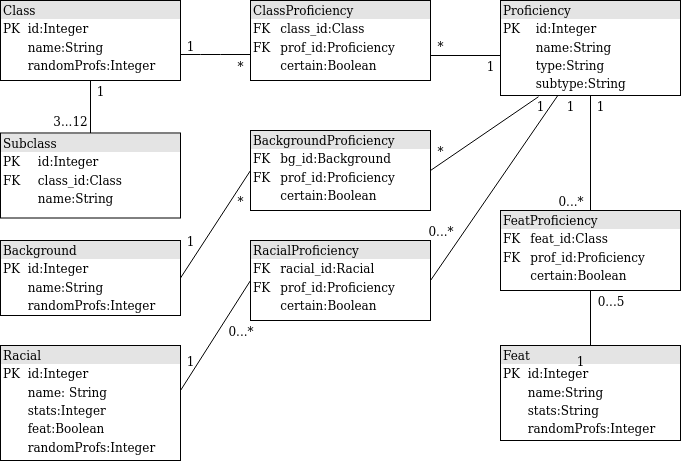
The draw.io diagram dokumentointi/tietokantakaavio.png in Fumblessi/ot-harjoitustyo, before a commit. Source tidied: cells renumbered, new cells last; positions are measured from the earlier drawing's top-left corner, leaving out a move shared by most shapes.
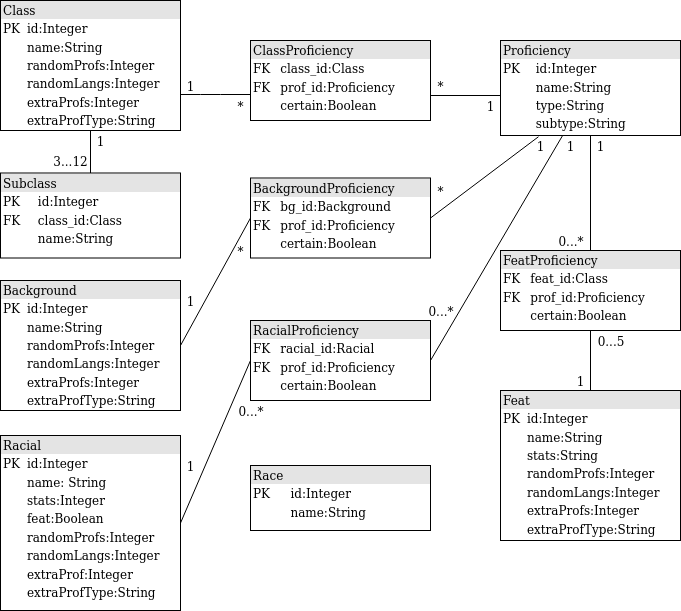
Later version of the same file.

Commit message:
tietokantakaavion uudelleen suunnittelua

Diff of the diagram source:
```diff
@@ -6,12 +6,10 @@
       <mxGeometry x="500" width="180" height="95" as="geometry" />
     </mxCell>
     <mxCell id="3" value="&lt;div style=&quot;box-sizing: border-box ; width: 100% ; background: #e4e4e4 ; padding: 2px&quot;&gt;RacialProficiency&lt;/div&gt;&lt;table style=&quot;width: 100% ; font-size: 1em&quot; cellspacing=&quot;0&quot; cellpadding=&quot;2&quot;&gt;&lt;tbody&gt;&lt;tr&gt;&lt;td&gt;FK&lt;/td&gt;&lt;td&gt;racial_id:Racial&lt;/td&gt;&lt;/tr&gt;&lt;tr&gt;&lt;td&gt;FK&lt;/td&gt;&lt;td&gt;prof_id:Proficiency&lt;/td&gt;&lt;/tr&gt;&lt;tr&gt;&lt;td&gt;&lt;br&gt;&lt;/td&gt;&lt;td&gt;certain:Boolean&lt;br&gt;&lt;/td&gt;&lt;/tr&gt;&lt;/tbody&gt;&lt;/table&gt;" style="verticalAlign=top;align=left;overflow=fill;html=1;" parent="1" vertex="1">
-      <mxGeometry x="250" y="240" width="180" height="80" as="geometry" />
+      <mxGeometry x="250" y="280" width="180" height="80" as="geometry" />
     </mxCell>
-    <mxCell id="4" style="endArrow=none;html=1;entryX=0;entryY=0.5;entryDx=0;entryDy=0;exitX=1;exitY=0.5;exitDx=0;exitDy=0;" parent="1" edge="1" target="3">
-      <mxGeometry relative="1" as="geometry">
-        <mxPoint x="180" y="390" as="sourcePoint" />
-      </mxGeometry>
+    <mxCell id="4" style="endArrow=none;html=1;entryX=0;entryY=0.5;entryDx=0;entryDy=0;exitX=1;exitY=0.5;exitDx=0;exitDy=0;" parent="1" edge="1" source="38" target="3">
+      <mxGeometry relative="1" as="geometry" />
     </mxCell>
     <mxCell id="5" style="endArrow=none;html=1;entryX=0;entryY=0.5;entryDx=0;entryDy=0;exitX=1;exitY=0.5;exitDx=0;exitDy=0;" parent="1" edge="1">
       <mxGeometry relative="1" as="geometry">
@@ -19,8 +17,8 @@
         <mxPoint x="500" y="55" as="targetPoint" />
       </mxGeometry>
     </mxCell>
-    <mxCell id="6" value="&lt;div style=&quot;box-sizing: border-box ; width: 100% ; background: #e4e4e4 ; padding: 2px&quot;&gt;Class&lt;br&gt;&lt;/div&gt;&lt;table style=&quot;width: 100% ; font-size: 1em&quot; cellspacing=&quot;0&quot; cellpadding=&quot;2&quot;&gt;&lt;tbody&gt;&lt;tr&gt;&lt;td&gt;PK&lt;/td&gt;&lt;td&gt;id:Integer&lt;/td&gt;&lt;/tr&gt;&lt;tr&gt;&lt;td&gt;&lt;br&gt;&lt;/td&gt;&lt;td&gt;name:String&lt;br&gt;&lt;/td&gt;&lt;/tr&gt;&lt;tr&gt;&lt;td&gt;&lt;br&gt;&lt;/td&gt;&lt;td&gt;randomProfs:Integer&lt;br&gt;&lt;/td&gt;&lt;/tr&gt;&lt;/tbody&gt;&lt;/table&gt;" style="verticalAlign=top;align=left;overflow=fill;html=1;" parent="1" vertex="1">
-      <mxGeometry width="180" height="80" as="geometry" />
+    <mxCell id="6" value="&lt;div style=&quot;box-sizing: border-box ; width: 100% ; background: #e4e4e4 ; padding: 2px&quot;&gt;Class&lt;br&gt;&lt;/div&gt;&lt;table style=&quot;width: 100% ; font-size: 1em&quot; cellspacing=&quot;0&quot; cellpadding=&quot;2&quot;&gt;&lt;tbody&gt;&lt;tr&gt;&lt;td&gt;PK&lt;/td&gt;&lt;td&gt;id:Integer&lt;/td&gt;&lt;/tr&gt;&lt;tr&gt;&lt;td&gt;&lt;br&gt;&lt;/td&gt;&lt;td&gt;name:String&lt;br&gt;&lt;/td&gt;&lt;/tr&gt;&lt;tr&gt;&lt;td&gt;&lt;br&gt;&lt;/td&gt;&lt;td&gt;randomProfs:Integer&lt;br&gt;&lt;/td&gt;&lt;/tr&gt;&lt;tr&gt;&lt;td&gt;&lt;br&gt;&lt;/td&gt;&lt;td&gt;randomLangs:Integer&lt;br&gt;&lt;/td&gt;&lt;/tr&gt;&lt;tr&gt;&lt;td&gt;&lt;br&gt;&lt;/td&gt;&lt;td&gt;extraProfs:Integer&lt;br&gt;&lt;/td&gt;&lt;/tr&gt;&lt;tr&gt;&lt;td&gt;&lt;br&gt;&lt;/td&gt;&lt;td&gt;extraProfType:String&lt;br&gt;&lt;/td&gt;&lt;/tr&gt;&lt;/tbody&gt;&lt;/table&gt;" style="verticalAlign=top;align=left;overflow=fill;html=1;" parent="1" vertex="1">
+      <mxGeometry y="-40" width="180" height="130" as="geometry" />
     </mxCell>
     <mxCell id="7" value="&lt;div style=&quot;box-sizing: border-box ; width: 100% ; background: #e4e4e4 ; padding: 2px&quot;&gt;ClassProficiency&lt;/div&gt;&lt;table style=&quot;width: 100% ; font-size: 1em&quot; cellspacing=&quot;0&quot; cellpadding=&quot;2&quot;&gt;&lt;tbody&gt;&lt;tr&gt;&lt;td&gt;FK&lt;/td&gt;&lt;td&gt;class_id:Class&lt;/td&gt;&lt;/tr&gt;&lt;tr&gt;&lt;td&gt;FK&lt;/td&gt;&lt;td&gt;prof_id:Proficiency&lt;/td&gt;&lt;/tr&gt;&lt;tr&gt;&lt;td&gt;&lt;br&gt;&lt;/td&gt;&lt;td&gt;certain:Boolean&lt;br&gt;&lt;/td&gt;&lt;/tr&gt;&lt;tr&gt;&lt;td&gt;&lt;br&gt;&lt;/td&gt;&lt;td&gt;&lt;br&gt;&lt;/td&gt;&lt;/tr&gt;&lt;/tbody&gt;&lt;/table&gt;" style="verticalAlign=top;align=left;overflow=fill;html=1;" parent="1" vertex="1">
       <mxGeometry x="250" width="180" height="80" as="geometry" />
@@ -31,11 +29,11 @@
     <mxCell id="9" style="endArrow=none;html=1;entryX=0.211;entryY=1.013;entryDx=0;entryDy=0;exitX=1;exitY=0.5;exitDx=0;exitDy=0;entryPerimeter=0;" parent="1" edge="1" source="11" target="2">
       <mxGeometry relative="1" as="geometry" />
     </mxCell>
-    <mxCell id="10" value="&lt;div style=&quot;box-sizing: border-box ; width: 100% ; background: #e4e4e4 ; padding: 2px&quot;&gt;Background&lt;br&gt;&lt;/div&gt;&lt;table style=&quot;width: 100% ; font-size: 1em&quot; cellspacing=&quot;0&quot; cellpadding=&quot;2&quot;&gt;&lt;tbody&gt;&lt;tr&gt;&lt;td&gt;PK&lt;/td&gt;&lt;td&gt;id:Integer&lt;/td&gt;&lt;/tr&gt;&lt;tr&gt;&lt;td&gt;&lt;br&gt;&lt;/td&gt;&lt;td&gt;name:String&lt;br&gt;&lt;/td&gt;&lt;/tr&gt;&lt;tr&gt;&lt;td&gt;&lt;br&gt;&lt;/td&gt;&lt;td&gt;randomProfs:Integer&lt;br&gt;&lt;/td&gt;&lt;/tr&gt;&lt;/tbody&gt;&lt;/table&gt;" style="verticalAlign=top;align=left;overflow=fill;html=1;" parent="1" vertex="1">
-      <mxGeometry y="240" width="180" height="75" as="geometry" />
+    <mxCell id="10" value="&lt;div style=&quot;box-sizing: border-box ; width: 100% ; background: #e4e4e4 ; padding: 2px&quot;&gt;Background&lt;br&gt;&lt;/div&gt;&lt;table style=&quot;width: 100% ; font-size: 1em&quot; cellspacing=&quot;0&quot; cellpadding=&quot;2&quot;&gt;&lt;tbody&gt;&lt;tr&gt;&lt;td&gt;PK&lt;/td&gt;&lt;td&gt;id:Integer&lt;/td&gt;&lt;/tr&gt;&lt;tr&gt;&lt;td&gt;&lt;br&gt;&lt;/td&gt;&lt;td&gt;name:String&lt;br&gt;&lt;/td&gt;&lt;/tr&gt;&lt;tr&gt;&lt;td&gt;&lt;br&gt;&lt;/td&gt;&lt;td&gt;randomProfs:Integer&lt;br&gt;&lt;/td&gt;&lt;/tr&gt;&lt;tr&gt;&lt;td&gt;&lt;br&gt;&lt;/td&gt;&lt;td&gt;randomLangs:Integer&lt;br&gt;&lt;/td&gt;&lt;/tr&gt;&lt;tr&gt;&lt;td&gt;&lt;br&gt;&lt;/td&gt;&lt;td&gt;extraProfs:Integer&lt;br&gt;&lt;/td&gt;&lt;/tr&gt;&lt;tr&gt;&lt;td&gt;&lt;br&gt;&lt;/td&gt;&lt;td&gt;extraProfType:String&lt;br&gt;&lt;/td&gt;&lt;/tr&gt;&lt;/tbody&gt;&lt;/table&gt;" style="verticalAlign=top;align=left;overflow=fill;html=1;" parent="1" vertex="1">
+      <mxGeometry y="240" width="180" height="130" as="geometry" />
     </mxCell>
     <mxCell id="11" value="&lt;div style=&quot;box-sizing: border-box ; width: 100% ; background: #e4e4e4 ; padding: 2px&quot;&gt;BackgroundProficiency&lt;/div&gt;&lt;table style=&quot;width: 100% ; font-size: 1em&quot; cellspacing=&quot;0&quot; cellpadding=&quot;2&quot;&gt;&lt;tbody&gt;&lt;tr&gt;&lt;td&gt;FK&lt;/td&gt;&lt;td&gt;bg_id:Background&lt;/td&gt;&lt;/tr&gt;&lt;tr&gt;&lt;td&gt;FK&lt;/td&gt;&lt;td&gt;prof_id:Proficiency&lt;/td&gt;&lt;/tr&gt;&lt;tr&gt;&lt;td&gt;&lt;br&gt;&lt;/td&gt;&lt;td&gt;certain:Boolean&lt;br&gt;&lt;/td&gt;&lt;/tr&gt;&lt;/tbody&gt;&lt;/table&gt;" style="verticalAlign=top;align=left;overflow=fill;html=1;" parent="1" vertex="1">
-      <mxGeometry x="250" y="130" width="180" height="80" as="geometry" />
+      <mxGeometry x="250" y="137.5" width="180" height="80" as="geometry" />
     </mxCell>
     <mxCell id="12" style="endArrow=none;html=1;entryX=0;entryY=0.5;entryDx=0;entryDy=0;exitX=1;exitY=0.5;exitDx=0;exitDy=0;" parent="1" edge="1">
       <mxGeometry relative="1" as="geometry">
@@ -55,8 +53,8 @@
     <mxCell id="15" style="endArrow=none;html=1;entryX=0.5;entryY=0;entryDx=0;entryDy=0;exitX=0.5;exitY=1;exitDx=0;exitDy=0;" parent="1" edge="1" source="6" target="14">
       <mxGeometry relative="1" as="geometry" />
     </mxCell>
-    <mxCell id="16" value="&lt;div style=&quot;box-sizing: border-box ; width: 100% ; background: #e4e4e4 ; padding: 2px&quot;&gt;Feat&lt;/div&gt;&lt;table style=&quot;width: 100% ; font-size: 1em&quot; cellspacing=&quot;0&quot; cellpadding=&quot;2&quot;&gt;&lt;tbody&gt;&lt;tr&gt;&lt;td&gt;PK&lt;/td&gt;&lt;td&gt;id:Integer&lt;/td&gt;&lt;/tr&gt;&lt;tr&gt;&lt;td&gt;&lt;br&gt;&lt;/td&gt;&lt;td&gt;name:String&lt;br&gt;&lt;/td&gt;&lt;/tr&gt;&lt;tr&gt;&lt;td&gt;&lt;br&gt;&lt;/td&gt;&lt;td&gt;stats:String&lt;br&gt;&lt;/td&gt;&lt;/tr&gt;&lt;tr&gt;&lt;td&gt;&lt;br&gt;&lt;/td&gt;&lt;td&gt;randomProfs:Integer&lt;br&gt;&lt;/td&gt;&lt;/tr&gt;&lt;/tbody&gt;&lt;/table&gt;" style="verticalAlign=top;align=left;overflow=fill;html=1;" parent="1" vertex="1">
-      <mxGeometry x="500" y="345" width="180" height="95" as="geometry" />
+    <mxCell id="16" value="&lt;div style=&quot;box-sizing: border-box ; width: 100% ; background: #e4e4e4 ; padding: 2px&quot;&gt;Feat&lt;/div&gt;&lt;table style=&quot;width: 100% ; font-size: 1em&quot; cellspacing=&quot;0&quot; cellpadding=&quot;2&quot;&gt;&lt;tbody&gt;&lt;tr&gt;&lt;td&gt;PK&lt;/td&gt;&lt;td&gt;id:Integer&lt;/td&gt;&lt;/tr&gt;&lt;tr&gt;&lt;td&gt;&lt;br&gt;&lt;/td&gt;&lt;td&gt;name:String&lt;br&gt;&lt;/td&gt;&lt;/tr&gt;&lt;tr&gt;&lt;td&gt;&lt;br&gt;&lt;/td&gt;&lt;td&gt;stats:String&lt;br&gt;&lt;/td&gt;&lt;/tr&gt;&lt;tr&gt;&lt;td&gt;&lt;br&gt;&lt;/td&gt;&lt;td&gt;randomProfs:Integer&lt;br&gt;&lt;/td&gt;&lt;/tr&gt;&lt;tr&gt;&lt;td&gt;&lt;br&gt;&lt;/td&gt;&lt;td&gt;randomLangs:Integer&lt;br&gt;&lt;/td&gt;&lt;/tr&gt;&lt;tr&gt;&lt;td&gt;&lt;br&gt;&lt;/td&gt;&lt;td&gt;extraProfs:Integer&lt;br&gt;&lt;/td&gt;&lt;/tr&gt;&lt;tr&gt;&lt;td&gt;&lt;br&gt;&lt;/td&gt;&lt;td&gt;extraProfType:String&lt;br&gt;&lt;/td&gt;&lt;/tr&gt;&lt;/tbody&gt;&lt;/table&gt;" style="verticalAlign=top;align=left;overflow=fill;html=1;" parent="1" vertex="1">
+      <mxGeometry x="500" y="350" width="180" height="150" as="geometry" />
     </mxCell>
     <mxCell id="17" value="&lt;div style=&quot;box-sizing: border-box ; width: 100% ; background: #e4e4e4 ; padding: 2px&quot;&gt;FeatProficiency&lt;/div&gt;&lt;table style=&quot;width: 100% ; font-size: 1em&quot; cellspacing=&quot;0&quot; cellpadding=&quot;2&quot;&gt;&lt;tbody&gt;&lt;tr&gt;&lt;td&gt;FK&lt;/td&gt;&lt;td&gt;feat_id:Class&lt;/td&gt;&lt;/tr&gt;&lt;tr&gt;&lt;td&gt;FK&lt;/td&gt;&lt;td&gt;prof_id:Proficiency&lt;/td&gt;&lt;/tr&gt;&lt;tr&gt;&lt;td&gt;&lt;br&gt;&lt;/td&gt;&lt;td&gt;certain:Boolean&lt;br&gt;&lt;/td&gt;&lt;/tr&gt;&lt;/tbody&gt;&lt;/table&gt;" style="verticalAlign=top;align=left;overflow=fill;html=1;" parent="1" vertex="1">
       <mxGeometry x="500" y="210" width="180" height="80" as="geometry" />
@@ -68,16 +66,16 @@
       <mxGeometry relative="1" as="geometry" />
     </mxCell>
     <mxCell id="20" value="1" style="text;html=1;strokeColor=none;fillColor=none;align=center;verticalAlign=middle;whiteSpace=wrap;rounded=0;" parent="1" vertex="1">
-      <mxGeometry x="170" y="350" width="40" height="20" as="geometry" />
+      <mxGeometry x="170" y="415" width="40" height="20" as="geometry" />
     </mxCell>
     <mxCell id="21" value="1" style="text;html=1;strokeColor=none;fillColor=none;align=center;verticalAlign=middle;whiteSpace=wrap;rounded=0;direction=south;" parent="1" vertex="1">
-      <mxGeometry x="180" y="220" width="20" height="40" as="geometry" />
+      <mxGeometry x="180" y="240" width="20" height="40" as="geometry" />
     </mxCell>
     <mxCell id="22" value="1" style="text;html=1;strokeColor=none;fillColor=none;align=center;verticalAlign=middle;whiteSpace=wrap;rounded=0;" parent="1" vertex="1">
       <mxGeometry x="170" y="35" width="40" height="20" as="geometry" />
     </mxCell>
     <mxCell id="23" value="1" style="text;html=1;strokeColor=none;fillColor=none;align=center;verticalAlign=middle;whiteSpace=wrap;rounded=0;" parent="1" vertex="1">
-      <mxGeometry x="80" y="80" width="40" height="20" as="geometry" />
+      <mxGeometry x="80" y="90" width="40" height="20" as="geometry" />
     </mxCell>
     <mxCell id="24" value="1" style="text;html=1;strokeColor=none;fillColor=none;align=center;verticalAlign=middle;whiteSpace=wrap;rounded=0;" parent="1" vertex="1">
       <mxGeometry x="550" y="95" width="40" height="20" as="geometry" />
@@ -92,19 +90,19 @@
       <mxGeometry x="580" y="95" width="40" height="20" as="geometry" />
     </mxCell>
     <mxCell id="28" value="1" style="text;html=1;strokeColor=none;fillColor=none;align=center;verticalAlign=middle;whiteSpace=wrap;rounded=0;" parent="1" vertex="1">
-      <mxGeometry x="560" y="350" width="40" height="20" as="geometry" />
+      <mxGeometry x="560" y="330" width="40" height="20" as="geometry" />
     </mxCell>
     <mxCell id="29" value="0...*" style="text;html=1;strokeColor=none;fillColor=none;align=center;verticalAlign=middle;whiteSpace=wrap;rounded=0;" parent="1" vertex="1">
-      <mxGeometry x="220" y="320" width="40" height="20" as="geometry" />
+      <mxGeometry x="230" y="360" width="40" height="20" as="geometry" />
     </mxCell>
     <mxCell id="30" value="*" style="text;html=1;strokeColor=none;fillColor=none;align=center;verticalAlign=middle;whiteSpace=wrap;rounded=0;" parent="1" vertex="1">
-      <mxGeometry x="220" y="190" width="40" height="20" as="geometry" />
+      <mxGeometry x="220" y="200" width="40" height="20" as="geometry" />
     </mxCell>
     <mxCell id="31" value="*" style="text;html=1;strokeColor=none;fillColor=none;align=center;verticalAlign=middle;whiteSpace=wrap;rounded=0;" parent="1" vertex="1">
       <mxGeometry x="220" y="55" width="40" height="20" as="geometry" />
     </mxCell>
     <mxCell id="32" value="0...*" style="text;html=1;strokeColor=none;fillColor=none;align=center;verticalAlign=middle;whiteSpace=wrap;rounded=0;" parent="1" vertex="1">
-      <mxGeometry x="420" y="220" width="40" height="20" as="geometry" />
+      <mxGeometry x="420" y="260" width="40" height="20" as="geometry" />
     </mxCell>
     <mxCell id="33" value="3...12" style="text;html=1;strokeColor=none;fillColor=none;align=center;verticalAlign=middle;whiteSpace=wrap;rounded=0;" parent="1" vertex="1">
       <mxGeometry x="50" y="110" width="40" height="20" as="geometry" />
@@ -121,8 +119,11 @@
     <mxCell id="37" value="0...5" style="text;html=1;strokeColor=none;fillColor=none;align=center;verticalAlign=middle;whiteSpace=wrap;rounded=0;" parent="1" vertex="1">
       <mxGeometry x="590" y="290" width="40" height="20" as="geometry" />
     </mxCell>
-    <mxCell id="38" value="&lt;div style=&quot;box-sizing: border-box ; width: 100% ; background: #e4e4e4 ; padding: 2px&quot;&gt;Racial&lt;/div&gt;&lt;table style=&quot;width: 100% ; font-size: 1em&quot; cellspacing=&quot;0&quot; cellpadding=&quot;2&quot;&gt;&lt;tbody&gt;&lt;tr&gt;&lt;td&gt;PK&lt;/td&gt;&lt;td&gt;id:Integer&lt;br&gt;&lt;/td&gt;&lt;/tr&gt;&lt;tr&gt;&lt;td&gt;&lt;br&gt;&lt;/td&gt;&lt;td style=&quot;line-height: 120%&quot;&gt;name: String&lt;br&gt;&lt;/td&gt;&lt;/tr&gt;&lt;tr&gt;&lt;td&gt;&lt;br&gt;&lt;/td&gt;&lt;td style=&quot;line-height: 120%&quot;&gt;stats:Integer&lt;br&gt;&lt;/td&gt;&lt;/tr&gt;&lt;tr&gt;&lt;td&gt;&lt;br&gt;&lt;/td&gt;&lt;td&gt;feat:Boolean&lt;/td&gt;&lt;/tr&gt;&lt;tr&gt;&lt;td&gt;&lt;br&gt;&lt;/td&gt;&lt;td&gt;randomProfs:Integer&lt;br&gt;&lt;/td&gt;&lt;/tr&gt;&lt;/tbody&gt;&lt;/table&gt;" style="verticalAlign=top;align=left;overflow=fill;html=1;" parent="1" vertex="1">
-      <mxGeometry y="345" width="180" height="115" as="geometry" />
+    <mxCell id="38" value="&lt;div style=&quot;box-sizing: border-box ; width: 100% ; background: #e4e4e4 ; padding: 2px&quot;&gt;Racial&lt;/div&gt;&lt;table style=&quot;width: 100% ; font-size: 1em&quot; cellspacing=&quot;0&quot; cellpadding=&quot;2&quot;&gt;&lt;tbody&gt;&lt;tr&gt;&lt;td&gt;PK&lt;/td&gt;&lt;td&gt;id:Integer&lt;br&gt;&lt;/td&gt;&lt;/tr&gt;&lt;tr&gt;&lt;td&gt;&lt;br&gt;&lt;/td&gt;&lt;td style=&quot;line-height: 120%&quot;&gt;name: String&lt;br&gt;&lt;/td&gt;&lt;/tr&gt;&lt;tr&gt;&lt;td&gt;&lt;br&gt;&lt;/td&gt;&lt;td style=&quot;line-height: 120%&quot;&gt;stats:Integer&lt;br&gt;&lt;/td&gt;&lt;/tr&gt;&lt;tr&gt;&lt;td&gt;&lt;br&gt;&lt;/td&gt;&lt;td&gt;feat:Boolean&lt;/td&gt;&lt;/tr&gt;&lt;tr&gt;&lt;td&gt;&lt;br&gt;&lt;/td&gt;&lt;td&gt;randomProfs:Integer&lt;br&gt;&lt;/td&gt;&lt;/tr&gt;&lt;tr&gt;&lt;td&gt;&lt;br&gt;&lt;/td&gt;&lt;td&gt;randomLangs:Integer&lt;br&gt;&lt;/td&gt;&lt;/tr&gt;&lt;tr&gt;&lt;td&gt;&lt;br&gt;&lt;/td&gt;&lt;td&gt;extraProf:Integer&lt;br&gt;&lt;/td&gt;&lt;/tr&gt;&lt;tr&gt;&lt;td&gt;&lt;br&gt;&lt;/td&gt;&lt;td&gt;extraProfType:String&lt;br&gt;&lt;/td&gt;&lt;/tr&gt;&lt;/tbody&gt;&lt;/table&gt;" style="verticalAlign=top;align=left;overflow=fill;html=1;" parent="1" vertex="1">
+      <mxGeometry y="395" width="180" height="175" as="geometry" />
     </mxCell>
+    <mxCell id="39" value="&lt;div style=&quot;box-sizing: border-box ; width: 100% ; background: #e4e4e4 ; padding: 2px&quot;&gt;Race&lt;br&gt;&lt;/div&gt;&lt;table style=&quot;width: 100% ; font-size: 1em&quot; cellspacing=&quot;0&quot; cellpadding=&quot;2&quot;&gt;&lt;tbody&gt;&lt;tr&gt;&lt;td&gt;PK&lt;/td&gt;&lt;td&gt;id:Integer&lt;/td&gt;&lt;/tr&gt;&lt;tr&gt;&lt;td&gt;&lt;br&gt;&lt;/td&gt;&lt;td&gt;name:String&lt;br&gt;&lt;/td&gt;&lt;/tr&gt;&lt;/tbody&gt;&lt;/table&gt;" style="verticalAlign=top;align=left;overflow=fill;html=1;" parent="1" vertex="1">
+      <mxGeometry x="250" y="425" width="180" height="65" as="geometry" />
+    </mxCell>
   </root>
 </mxGraphModel>
```
